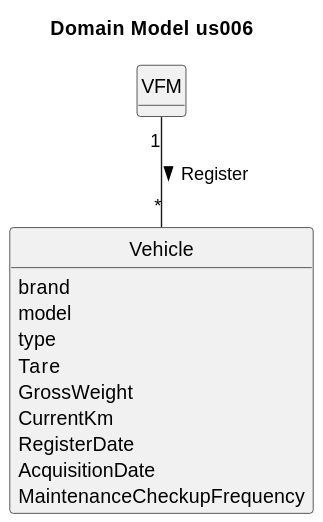
The PlantUML diagram docs/sprintB/us006/02.analysis/svg/project-domain-model-Domain_Model_us006.svg in Departamento-de-Engenharia-Informatica/lei-24-s2-1dm-g132, before a commit.
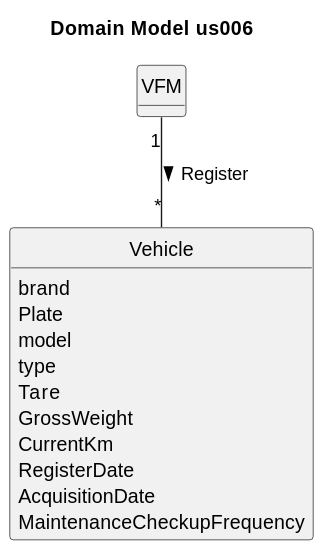
The same diagram one commit later.

Commit message:
Correction of the us 006  domain model

Diff of the diagram source:
```diff
@@ -13,6 +13,7 @@
 
 class Vehicle {
     brand
+    Plate
     model
     type
     Tare
```
